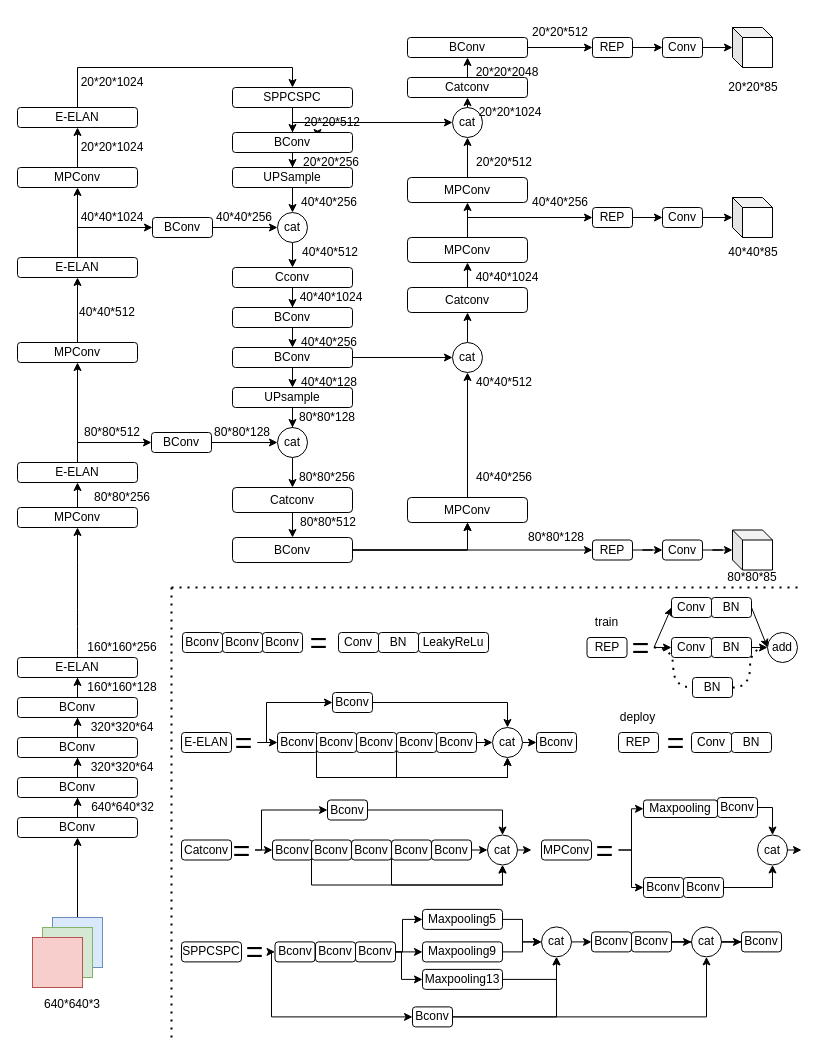
Earlier version of the draw.io diagram yolov7改进.drawio (YANGJUNYAN0715/papers). Source tidied: cells renumbered, new cells numbered last; positions are measured from the earlier drawing's top-left corner, leaving out a move shared by most shapes. Both pictures are drawn from the tidied source at 100%, with x=0, y=0 at pixel (17, 17).
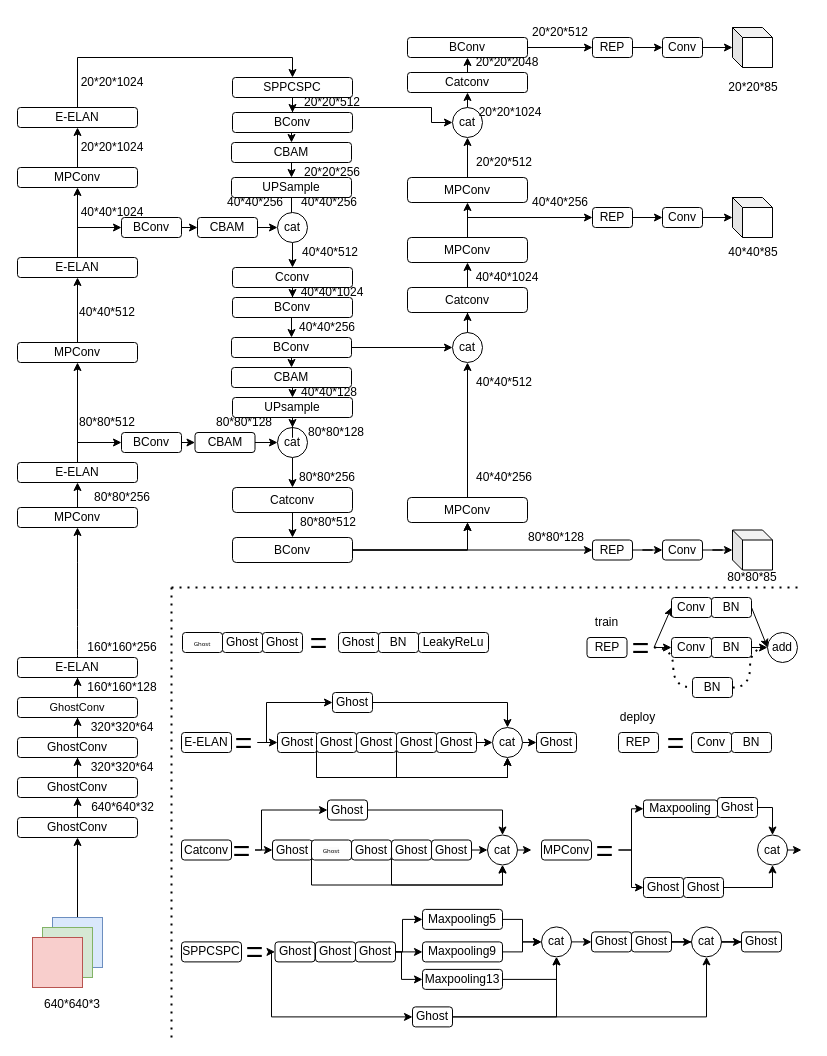
After the change.

Unchanged cells that the change refers to:
```xml
<mxCell id="37" value="cat" style="ellipse;whiteSpace=wrap;html=1;rounded=1;" parent="1" vertex="1">
  <mxGeometry x="260" y="195" width="30" height="30" as="geometry" />
</mxCell>
<mxCell id="43" value="cat" style="ellipse;whiteSpace=wrap;html=1;rounded=1;" parent="1" vertex="1">
  <mxGeometry x="260" y="410" width="30" height="30" as="geometry" />
</mxCell>
<mxCell id="60" value="cat" style="ellipse;whiteSpace=wrap;html=1;rounded=1;" parent="1" vertex="1">
  <mxGeometry x="435" y="90" width="30" height="30" as="geometry" />
</mxCell>
```

Change to the diagram source:
```diff
@@
-    <mxCell id="7" value="BConv" style="rounded=1;whiteSpace=wrap;html=1;" parent="1" vertex="1">
+    <mxCell id="7" value="GhostConv" style="rounded=1;whiteSpace=wrap;html=1;" parent="1" vertex="1">
       <mxGeometry y="800" width="120" height="20" as="geometry" />
     </mxCell>
@@
-    <mxCell id="9" value="BConv" style="rounded=1;whiteSpace=wrap;html=1;" parent="1" vertex="1">
+    <mxCell id="9" value="GhostConv" style="rounded=1;whiteSpace=wrap;html=1;" parent="1" vertex="1">
       <mxGeometry y="760" width="120" height="20" as="geometry" />
     </mxCell>
@@
-    <mxCell id="11" value="BConv" style="rounded=1;whiteSpace=wrap;html=1;" parent="1" vertex="1">
+    <mxCell id="11" value="GhostConv" style="rounded=1;whiteSpace=wrap;html=1;" parent="1" vertex="1">
       <mxGeometry y="720" width="120" height="20" as="geometry" />
     </mxCell>
@@
-    <mxCell id="13" value="BConv" style="rounded=1;whiteSpace=wrap;html=1;" parent="1" vertex="1">
+    <mxCell id="13" value="&lt;font style=&quot;font-size: 11px;&quot;&gt;GhostConv&lt;/font&gt;" style="rounded=1;whiteSpace=wrap;html=1;" parent="1" vertex="1">
       <mxGeometry y="680" width="120" height="20" as="geometry" />
     </mxCell>
@@
-    <mxCell id="29" style="edgeStyle=orthogonalEdgeStyle;rounded=0;jettySize=auto;html=1;exitX=0.5;exitY=1;exitDx=0;exitDy=0;entryX=0;entryY=0.5;entryDx=0;entryDy=0;startArrow=none;" parent="1" edge="1" source="207" target="60">
+    <mxCell id="29" style="edgeStyle=orthogonalEdgeStyle;rounded=0;jettySize=auto;html=1;exitX=0.5;exitY=0;exitDx=0;exitDy=0;entryX=0;entryY=0.5;entryDx=0;entryDy=0;startArrow=none;" parent="1" edge="1" source="33" target="60">
       <mxGeometry relative="1" as="geometry">
         <Array as="points">
-          <mxPoint x="275" y="105" />
+          <mxPoint x="275" y="90" />
+          <mxPoint x="414" y="90" />
+          <mxPoint x="414" y="105" />
         </Array>
       </mxGeometry>
     </mxCell>
     <mxCell id="30" value="SPPCSPC" style="rounded=1;whiteSpace=wrap;html=1;" parent="1" vertex="1">
-      <mxGeometry x="215" y="70" width="120" height="20" as="geometry" />
+      <mxGeometry x="215" y="60" width="120" height="20" as="geometry" />
     </mxCell>
-    <mxCell id="31" style="edgeStyle=orthogonalEdgeStyle;rounded=0;jettySize=auto;html=1;exitX=0.5;exitY=1;exitDx=0;exitDy=0;" parent="1" edge="1" source="33" target="35">
-      <mxGeometry relative="1" as="geometry" />
-    </mxCell>
-    <mxCell id="32" style="edgeStyle=orthogonalEdgeStyle;curved=1;rounded=0;jettySize=auto;html=1;exitX=0.75;exitY=0;exitDx=0;exitDy=0;entryX=0.25;entryY=1;entryDx=0;entryDy=0;fontSize=12;" parent="1" edge="1" source="33" target="207">
-      <mxGeometry relative="1" as="geometry" />
-    </mxCell>
+    <mxCell id="230" style="edgeStyle=orthogonalEdgeStyle;rounded=0;jettySize=auto;html=1;exitX=0.5;exitY=1;exitDx=0;exitDy=0;entryX=0.5;entryY=0;entryDx=0;entryDy=0;fontFamily=Tahoma;fontSize=6;" parent="1" edge="1" source="33" target="241">
+      <mxGeometry relative="1" as="geometry" />
+    </mxCell>
     <mxCell id="33" value="BConv" style="rounded=1;whiteSpace=wrap;html=1;" parent="1" vertex="1">
-      <mxGeometry x="215" y="115" width="120" height="20" as="geometry" />
+      <mxGeometry x="215" y="95" width="120" height="20" as="geometry" />
     </mxCell>
@@
     <mxCell id="35" value="UPSample" style="rounded=1;whiteSpace=wrap;html=1;" parent="1" vertex="1">
-      <mxGeometry x="215" y="150" width="120" height="20" as="geometry" />
+      <mxGeometry x="214" y="160" width="120" height="20" as="geometry" />
     </mxCell>
@@
-    <mxCell id="38" style="edgeStyle=orthogonalEdgeStyle;rounded=0;jettySize=auto;html=1;" parent="1" edge="1" source="39" target="37">
-      <mxGeometry relative="1" as="geometry">
-        <Array as="points">
-          <mxPoint x="264" y="210" />
-          <mxPoint x="264" y="210" />
-        </Array>
-      </mxGeometry>
-    </mxCell>
+    <mxCell id="231" style="edgeStyle=orthogonalEdgeStyle;rounded=0;jettySize=auto;html=1;exitX=1;exitY=0.5;exitDx=0;exitDy=0;entryX=0;entryY=0.5;entryDx=0;entryDy=0;fontFamily=Tahoma;fontSize=6;" parent="1" edge="1" source="39" target="237">
+      <mxGeometry relative="1" as="geometry" />
+    </mxCell>
     <mxCell id="39" value="BConv" style="rounded=1;whiteSpace=wrap;html=1;" parent="1" vertex="1">
-      <mxGeometry x="135" y="200" width="60" height="20" as="geometry" />
+      <mxGeometry x="104" y="200" width="60" height="20" as="geometry" />
     </mxCell>
-    <mxCell id="40" style="edgeStyle=orthogonalEdgeStyle;rounded=0;jettySize=auto;html=1;exitX=1;exitY=0.5;exitDx=0;exitDy=0;entryX=0;entryY=0.5;entryDx=0;entryDy=0;" parent="1" edge="1" source="41" target="43">
-      <mxGeometry relative="1" as="geometry" />
-    </mxCell>
+    <mxCell id="232" style="edgeStyle=orthogonalEdgeStyle;rounded=0;jettySize=auto;html=1;exitX=1;exitY=0.5;exitDx=0;exitDy=0;entryX=0;entryY=0.5;entryDx=0;entryDy=0;fontFamily=Tahoma;fontSize=6;" parent="1" edge="1" source="41" target="235">
+      <mxGeometry relative="1" as="geometry" />
+    </mxCell>
     <mxCell id="41" value="BConv" style="rounded=1;whiteSpace=wrap;html=1;" parent="1" vertex="1">
-      <mxGeometry x="134" y="415" width="60" height="20" as="geometry" />
+      <mxGeometry x="104" y="415" width="60" height="20" as="geometry" />
     </mxCell>
@@
-    <mxCell id="46" style="edgeStyle=orthogonalEdgeStyle;rounded=0;jettySize=auto;html=1;exitX=0.5;exitY=1;exitDx=0;exitDy=0;entryX=0.5;entryY=0;entryDx=0;entryDy=0;" parent="1" edge="1" source="48" target="52">
-      <mxGeometry relative="1" as="geometry" />
-    </mxCell>
@@
+    <mxCell id="233" style="edgeStyle=orthogonalEdgeStyle;rounded=0;jettySize=auto;html=1;exitX=0.5;exitY=1;exitDx=0;exitDy=0;entryX=0.5;entryY=0;entryDx=0;entryDy=0;fontFamily=Tahoma;fontSize=6;" parent="1" edge="1" source="48" target="239">
+      <mxGeometry relative="1" as="geometry" />
+    </mxCell>
     <mxCell id="48" value="BConv" style="rounded=1;whiteSpace=wrap;html=1;" parent="1" vertex="1">
-      <mxGeometry x="215" y="330" width="120" height="20" as="geometry" />
+      <mxGeometry x="214" y="320" width="120" height="20" as="geometry" />
     </mxCell>
@@
     <mxCell id="50" value="BConv" style="rounded=1;whiteSpace=wrap;html=1;" parent="1" vertex="1">
-      <mxGeometry x="215" y="290" width="120" height="20" as="geometry" />
+      <mxGeometry x="215" y="280" width="120" height="20" as="geometry" />
     </mxCell>
@@
     <mxCell id="52" value="UPsample" style="rounded=1;whiteSpace=wrap;html=1;" parent="1" vertex="1">
-      <mxGeometry x="215" y="370" width="120" height="20" as="geometry" />
+      <mxGeometry x="215" y="380" width="120" height="20" as="geometry" />
     </mxCell>
@@
     <mxCell id="71" value="cat" style="ellipse;whiteSpace=wrap;html=1;rounded=1;" parent="1" vertex="1">
-      <mxGeometry x="435" y="325" width="30" height="30" as="geometry" />
+      <mxGeometry x="435" y="315" width="30" height="30" as="geometry" />
     </mxCell>
@@
     <mxCell id="73" value="Catconv" style="rounded=1;whiteSpace=wrap;html=1;" parent="1" vertex="1">
-      <mxGeometry x="390" y="60" width="120" height="20" as="geometry" />
+      <mxGeometry x="390" y="55" width="120" height="20" as="geometry" />
     </mxCell>
@@
-    <mxCell id="93" value="Bconv" style="rounded=1;whiteSpace=wrap;html=1;" parent="1" vertex="1">
+    <mxCell id="93" value="&lt;font face=&quot;Tahoma&quot; style=&quot;font-size: 6px;&quot;&gt;Ghost&lt;/font&gt;" style="rounded=1;whiteSpace=wrap;html=1;" parent="1" vertex="1">
       <mxGeometry x="165" y="615" width="40" height="20" as="geometry" />
     </mxCell>
-    <mxCell id="94" value="Bconv" style="rounded=1;whiteSpace=wrap;html=1;" parent="1" vertex="1">
+    <mxCell id="94" value="Ghost" style="rounded=1;whiteSpace=wrap;html=1;" parent="1" vertex="1">
       <mxGeometry x="205" y="615" width="40" height="20" as="geometry" />
     </mxCell>
-    <mxCell id="95" value="Bconv" style="rounded=1;whiteSpace=wrap;html=1;" parent="1" vertex="1">
+    <mxCell id="95" value="Ghost" style="rounded=1;whiteSpace=wrap;html=1;" parent="1" vertex="1">
       <mxGeometry x="245" y="615" width="40" height="20" as="geometry" />
     </mxCell>
-    <mxCell id="96" value="Conv" style="rounded=1;whiteSpace=wrap;html=1;" parent="1" vertex="1">
+    <mxCell id="96" value="Ghost" style="rounded=1;whiteSpace=wrap;html=1;" parent="1" vertex="1">
       <mxGeometry x="321" y="615" width="40" height="20" as="geometry" />
     </mxCell>
@@
-    <mxCell id="100" value="Bconv" style="rounded=1;whiteSpace=wrap;html=1;" parent="1" vertex="1">
+    <mxCell id="100" value="Ghost" style="rounded=1;whiteSpace=wrap;html=1;" parent="1" vertex="1">
       <mxGeometry x="260" y="715" width="40" height="20" as="geometry" />
     </mxCell>
-    <mxCell id="101" value="Bconv" style="rounded=1;whiteSpace=wrap;html=1;" parent="1" vertex="1">
+    <mxCell id="101" value="Ghost" style="rounded=1;whiteSpace=wrap;html=1;" parent="1" vertex="1">
       <mxGeometry x="519" y="715" width="40" height="20" as="geometry" />
     </mxCell>
@@
-    <mxCell id="103" value="Bconv" style="rounded=1;whiteSpace=wrap;html=1;" parent="1" vertex="1">
+    <mxCell id="103" value="Ghost" style="rounded=1;whiteSpace=wrap;html=1;" parent="1" vertex="1">
       <mxGeometry x="315" y="675" width="40" height="20" as="geometry" />
     </mxCell>
@@
-    <mxCell id="105" value="Bconv" style="rounded=1;whiteSpace=wrap;html=1;" parent="1" vertex="1">
+    <mxCell id="105" value="Ghost" style="rounded=1;whiteSpace=wrap;html=1;" parent="1" vertex="1">
       <mxGeometry x="419" y="715" width="40" height="20" as="geometry" />
     </mxCell>
@@
-    <mxCell id="107" value="Bconv" style="rounded=1;whiteSpace=wrap;html=1;" parent="1" vertex="1">
+    <mxCell id="107" value="Ghost" style="rounded=1;whiteSpace=wrap;html=1;" parent="1" vertex="1">
       <mxGeometry x="379" y="715" width="40" height="20" as="geometry" />
     </mxCell>
-    <mxCell id="108" value="Bconv" style="rounded=1;whiteSpace=wrap;html=1;" parent="1" vertex="1">
+    <mxCell id="108" value="Ghost" style="rounded=1;whiteSpace=wrap;html=1;" parent="1" vertex="1">
       <mxGeometry x="339" y="715" width="40" height="20" as="geometry" />
     </mxCell>
@@
-    <mxCell id="110" value="Bconv" style="rounded=1;whiteSpace=wrap;html=1;" parent="1" vertex="1">
+    <mxCell id="110" value="Ghost" style="rounded=1;whiteSpace=wrap;html=1;" parent="1" vertex="1">
       <mxGeometry x="299" y="715" width="40" height="20" as="geometry" />
     </mxCell>
@@
-    <mxCell id="114" value="Bconv" style="rounded=1;whiteSpace=wrap;html=1;" parent="1" vertex="1">
+    <mxCell id="114" value="Ghost" style="rounded=1;whiteSpace=wrap;html=1;" parent="1" vertex="1">
       <mxGeometry x="255" y="822.5" width="40" height="20" as="geometry" />
     </mxCell>
@@
-    <mxCell id="116" value="Bconv" style="rounded=1;whiteSpace=wrap;html=1;" parent="1" vertex="1">
+    <mxCell id="116" value="Ghost" style="rounded=1;whiteSpace=wrap;html=1;" parent="1" vertex="1">
       <mxGeometry x="310" y="782.5" width="40" height="20" as="geometry" />
     </mxCell>
@@
-    <mxCell id="118" value="Bconv" style="rounded=1;whiteSpace=wrap;html=1;" parent="1" vertex="1">
+    <mxCell id="118" value="Ghost" style="rounded=1;whiteSpace=wrap;html=1;" parent="1" vertex="1">
       <mxGeometry x="414" y="822.5" width="40" height="20" as="geometry" />
     </mxCell>
@@
-    <mxCell id="120" value="Bconv" style="rounded=1;whiteSpace=wrap;html=1;" parent="1" vertex="1">
+    <mxCell id="120" value="Ghost" style="rounded=1;whiteSpace=wrap;html=1;" parent="1" vertex="1">
       <mxGeometry x="374" y="822.5" width="40" height="20" as="geometry" />
     </mxCell>
-    <mxCell id="121" value="Bconv" style="rounded=1;whiteSpace=wrap;html=1;" parent="1" vertex="1">
+    <mxCell id="121" value="Ghost" style="rounded=1;whiteSpace=wrap;html=1;" parent="1" vertex="1">
       <mxGeometry x="334" y="822.5" width="40" height="20" as="geometry" />
     </mxCell>
@@
-    <mxCell id="123" value="Bconv" style="rounded=1;whiteSpace=wrap;html=1;" parent="1" vertex="1">
+    <mxCell id="123" value="&lt;p style=&quot;line-height: 120%;&quot;&gt;&lt;br&gt;&lt;span style=&quot;color: rgb(0, 0, 0); font-family: Tahoma; font-size: 6px; font-style: normal; font-variant-ligatures: normal; font-variant-caps: normal; font-weight: 400; letter-spacing: normal; orphans: 2; text-align: center; text-indent: 0px; text-transform: none; widows: 2; word-spacing: 0px; -webkit-text-stroke-width: 0px; background-color: rgb(251, 251, 251); text-decoration-thickness: initial; text-decoration-style: initial; text-decoration-color: initial; float: none; display: inline !important;&quot;&gt;Ghost&lt;/span&gt;&lt;br&gt;&lt;br&gt;&lt;/p&gt;" style="rounded=1;whiteSpace=wrap;html=1;" parent="1" vertex="1">
       <mxGeometry x="294" y="822.5" width="40" height="20" as="geometry" />
     </mxCell>
@@
-    <mxCell id="127" value="Bconv" style="rounded=1;whiteSpace=wrap;html=1;" parent="1" vertex="1">
+    <mxCell id="127" value="Ghost" style="rounded=1;whiteSpace=wrap;html=1;" parent="1" vertex="1">
       <mxGeometry x="626" y="860" width="40" height="20" as="geometry" />
     </mxCell>
@@
-    <mxCell id="130" value="Bconv" style="rounded=1;whiteSpace=wrap;html=1;" parent="1" vertex="1">
+    <mxCell id="130" value="Ghost" style="rounded=1;whiteSpace=wrap;html=1;" parent="1" vertex="1">
       <mxGeometry x="666" y="860" width="40" height="20" as="geometry" />
     </mxCell>
@@
-    <mxCell id="132" value="Bconv" style="rounded=1;whiteSpace=wrap;html=1;" parent="1" vertex="1">
+    <mxCell id="132" value="Ghost" style="rounded=1;whiteSpace=wrap;html=1;" parent="1" vertex="1">
       <mxGeometry x="700" y="780" width="40" height="20" as="geometry" />
     </mxCell>
@@
-    <mxCell id="135" value="Bconv" style="rounded=1;whiteSpace=wrap;html=1;" parent="1" vertex="1">
+    <mxCell id="135" value="Ghost" style="rounded=1;whiteSpace=wrap;html=1;" parent="1" vertex="1">
       <mxGeometry x="257.5" y="924.4" width="40" height="20" as="geometry" />
     </mxCell>
@@
-    <mxCell id="139" value="Bconv" style="rounded=1;whiteSpace=wrap;html=1;" parent="1" vertex="1">
+    <mxCell id="139" value="Ghost" style="rounded=1;whiteSpace=wrap;html=1;" parent="1" vertex="1">
       <mxGeometry x="338" y="924.4" width="40" height="20" as="geometry" />
     </mxCell>
-    <mxCell id="140" value="Bconv" style="rounded=1;whiteSpace=wrap;html=1;" parent="1" vertex="1">
+    <mxCell id="140" value="Ghost" style="rounded=1;whiteSpace=wrap;html=1;" parent="1" vertex="1">
       <mxGeometry x="298" y="924.4" width="40" height="20" as="geometry" />
     </mxCell>
@@
-    <mxCell id="149" value="Bconv" style="rounded=1;whiteSpace=wrap;html=1;" parent="1" vertex="1">
+    <mxCell id="149" value="Ghost" style="rounded=1;whiteSpace=wrap;html=1;" parent="1" vertex="1">
       <mxGeometry x="574" y="914.4" width="40" height="20" as="geometry" />
     </mxCell>
@@
-    <mxCell id="151" value="Bconv" style="rounded=1;whiteSpace=wrap;html=1;" parent="1" vertex="1">
+    <mxCell id="151" value="Ghost" style="rounded=1;whiteSpace=wrap;html=1;" parent="1" vertex="1">
       <mxGeometry x="614" y="914.4" width="40" height="20" as="geometry" />
     </mxCell>
@@
-    <mxCell id="154" value="Bconv" style="rounded=1;whiteSpace=wrap;html=1;" parent="1" vertex="1">
+    <mxCell id="154" value="Ghost" style="rounded=1;whiteSpace=wrap;html=1;" parent="1" vertex="1">
       <mxGeometry x="724" y="914.4" width="40" height="20" as="geometry" />
     </mxCell>
@@
-    <mxCell id="157" value="Bconv" style="rounded=1;whiteSpace=wrap;html=1;" parent="1" vertex="1">
+    <mxCell id="157" value="Ghost" style="rounded=1;whiteSpace=wrap;html=1;" parent="1" vertex="1">
       <mxGeometry x="395" y="989.4" width="40" height="20" as="geometry" />
     </mxCell>
@@
     <mxCell id="200" value="80*80*512" style="text;html=1;strokeColor=none;fillColor=none;align=center;verticalAlign=middle;whiteSpace=wrap;rounded=0;strokeWidth=1;fontSize=12;" parent="1" vertex="1">
-      <mxGeometry x="65" y="400" width="60" height="30" as="geometry" />
+      <mxGeometry x="60" y="390" width="60" height="30" as="geometry" />
     </mxCell>
@@
     <mxCell id="202" value="40*40*1024" style="text;html=1;strokeColor=none;fillColor=none;align=center;verticalAlign=middle;whiteSpace=wrap;rounded=0;strokeWidth=1;fontSize=12;" parent="1" vertex="1">
-      <mxGeometry x="65" y="185" width="60" height="30" as="geometry" />
+      <mxGeometry x="65" y="180" width="60" height="30" as="geometry" />
     </mxCell>
@@
     <mxCell id="206" value="20*20*256" style="text;html=1;strokeColor=none;fillColor=none;align=center;verticalAlign=middle;whiteSpace=wrap;rounded=0;strokeWidth=1;fontSize=12;" parent="1" vertex="1">
-      <mxGeometry x="284" y="130" width="60" height="30" as="geometry" />
+      <mxGeometry x="285" y="140" width="60" height="30" as="geometry" />
     </mxCell>
     <mxCell id="207" value="20*20*512" style="text;html=1;strokeColor=none;fillColor=none;align=center;verticalAlign=middle;whiteSpace=wrap;rounded=0;strokeWidth=1;fontSize=12;" parent="1" vertex="1">
-      <mxGeometry x="285" y="90" width="60" height="30" as="geometry" />
+      <mxGeometry x="285" y="70" width="60" height="30" as="geometry" />
     </mxCell>
@@
     <mxCell id="209" value="40*40*1024" style="text;html=1;strokeColor=none;fillColor=none;align=center;verticalAlign=middle;whiteSpace=wrap;rounded=0;strokeWidth=1;fontSize=12;" parent="1" vertex="1">
-      <mxGeometry x="286" y="265" width="56" height="30" as="geometry" />
+      <mxGeometry x="287" y="260" width="56" height="30" as="geometry" />
     </mxCell>
     <mxCell id="210" value="40*40*256" style="text;html=1;strokeColor=none;fillColor=none;align=center;verticalAlign=middle;whiteSpace=wrap;rounded=0;strokeWidth=1;fontSize=12;" parent="1" vertex="1">
-      <mxGeometry x="284" y="310" width="56" height="30" as="geometry" />
+      <mxGeometry x="282" y="295" width="56" height="30" as="geometry" />
     </mxCell>
     <mxCell id="211" value="40*40*128" style="text;html=1;strokeColor=none;fillColor=none;align=center;verticalAlign=middle;whiteSpace=wrap;rounded=0;strokeWidth=1;fontSize=12;" parent="1" vertex="1">
-      <mxGeometry x="284" y="350" width="56" height="30" as="geometry" />
+      <mxGeometry x="284" y="360" width="56" height="30" as="geometry" />
     </mxCell>
     <mxCell id="212" value="80*80*128" style="text;html=1;strokeColor=none;fillColor=none;align=center;verticalAlign=middle;whiteSpace=wrap;rounded=0;strokeWidth=1;fontSize=12;" parent="1" vertex="1">
-      <mxGeometry x="282" y="385" width="56" height="30" as="geometry" />
+      <mxGeometry x="291" y="400" width="56" height="30" as="geometry" />
     </mxCell>
     <mxCell id="213" value="80*80*128" style="text;html=1;strokeColor=none;fillColor=none;align=center;verticalAlign=middle;whiteSpace=wrap;rounded=0;strokeWidth=1;fontSize=12;" parent="1" vertex="1">
-      <mxGeometry x="197" y="400" width="56" height="30" as="geometry" />
+      <mxGeometry x="198.5" y="390" width="56" height="30" as="geometry" />
     </mxCell>
@@
     <mxCell id="222" value="20*20*2048" style="text;html=1;strokeColor=none;fillColor=none;align=center;verticalAlign=middle;whiteSpace=wrap;rounded=0;strokeWidth=1;fontSize=12;" parent="1" vertex="1">
-      <mxGeometry x="462" y="40" width="56" height="30" as="geometry" />
+      <mxGeometry x="462" y="30" width="56" height="30" as="geometry" />
     </mxCell>
@@
     <mxCell id="228" value="40*40*256" style="text;html=1;strokeColor=none;fillColor=none;align=center;verticalAlign=middle;whiteSpace=wrap;rounded=0;strokeWidth=1;fontSize=12;" parent="1" vertex="1">
-      <mxGeometry x="196.5" y="185" width="60" height="30" as="geometry" />
+      <mxGeometry x="207.5" y="170" width="60" height="30" as="geometry" />
     </mxCell>
@@
+    <mxCell id="234" style="edgeStyle=orthogonalEdgeStyle;rounded=0;jettySize=auto;html=1;exitX=1;exitY=0.5;exitDx=0;exitDy=0;entryX=0;entryY=0.5;entryDx=0;entryDy=0;fontFamily=Tahoma;fontSize=6;" parent="1" edge="1" source="235" target="43">
+      <mxGeometry relative="1" as="geometry" />
+    </mxCell>
+    <mxCell id="235" value="CBAM" style="rounded=1;whiteSpace=wrap;html=1;" parent="1" vertex="1">
+      <mxGeometry x="177.5" y="415" width="60" height="20" as="geometry" />
+    </mxCell>
+    <mxCell id="236" style="edgeStyle=orthogonalEdgeStyle;rounded=0;jettySize=auto;html=1;exitX=1;exitY=0.5;exitDx=0;exitDy=0;entryX=0;entryY=0.5;entryDx=0;entryDy=0;fontFamily=Tahoma;fontSize=6;" parent="1" edge="1" source="237" target="37">
+      <mxGeometry relative="1" as="geometry" />
+    </mxCell>
+    <mxCell id="237" value="CBAM" style="rounded=1;whiteSpace=wrap;html=1;" parent="1" vertex="1">
+      <mxGeometry x="180" y="200" width="60" height="20" as="geometry" />
+    </mxCell>
+    <mxCell id="238" style="edgeStyle=orthogonalEdgeStyle;rounded=0;jettySize=auto;html=1;exitX=0.5;exitY=1;exitDx=0;exitDy=0;entryX=0.5;entryY=0;entryDx=0;entryDy=0;fontFamily=Tahoma;fontSize=6;" parent="1" edge="1" source="239" target="52">
+      <mxGeometry relative="1" as="geometry" />
+    </mxCell>
+    <mxCell id="239" value="CBAM" style="rounded=1;whiteSpace=wrap;html=1;" parent="1" vertex="1">
+      <mxGeometry x="214" y="350" width="120" height="20" as="geometry" />
+    </mxCell>
+    <mxCell id="240" style="edgeStyle=orthogonalEdgeStyle;rounded=0;jettySize=auto;html=1;exitX=0.5;exitY=1;exitDx=0;exitDy=0;entryX=0.5;entryY=0;entryDx=0;entryDy=0;fontFamily=Tahoma;fontSize=6;" parent="1" edge="1" source="241" target="35">
+      <mxGeometry relative="1" as="geometry" />
+    </mxCell>
+    <mxCell id="241" value="CBAM" style="rounded=1;whiteSpace=wrap;html=1;" parent="1" vertex="1">
+      <mxGeometry x="214" y="125" width="120" height="20" as="geometry" />
+    </mxCell>
+    <mxCell id="242" style="edgeStyle=orthogonalEdgeStyle;rounded=0;orthogonalLoop=1;jettySize=auto;html=1;exitX=0.5;exitY=1;exitDx=0;exitDy=0;fontFamily=Tahoma;fontSize=6;" parent="1" edge="1" source="206" target="206">
+      <mxGeometry relative="1" as="geometry" />
+    </mxCell>
```
